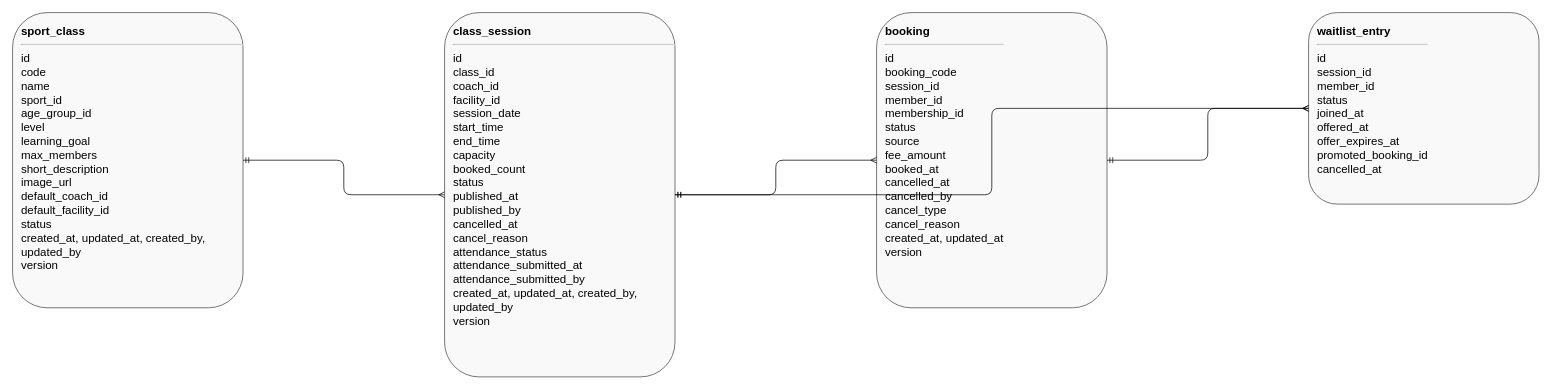
The draw.io diagram page "03 - Classes and Booking" (4 of 9) of docs/database/Sportify_ERD.drawio in senko-do-thingz/G3-SportCentreManagement, before the edit. Source tidied: cells renumbered, new cells numbered last; positions are measured from the earlier drawing's top-left corner, leaving out a move shared by most shapes. Both pictures are drawn from the tidied source at 72%, with x=0, y=0 at pixel (12, 12).
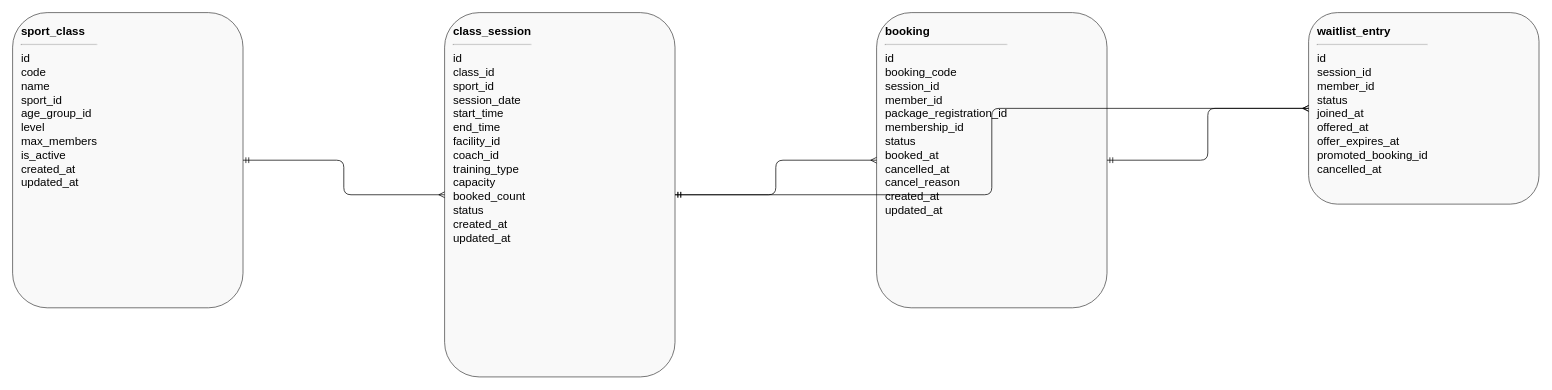
The same page after the edit.

Commit message (it also covers changes not shown here):
docs(database): add the sport package and membership card tables to the ERD

Change to the diagram source:
```diff
@@
 <mxGraphModel>
   <root>
     <mxCell id="0" />
     <mxCell id="1" parent="0" />
-    <mxCell id="2" value="&lt;b&gt;sport_class&lt;/b&gt;&lt;hr&gt;id&lt;br&gt;code&lt;br&gt;name&lt;br&gt;sport_id&lt;br&gt;age_group_id&lt;br&gt;level&lt;br&gt;learning_goal&lt;br&gt;max_members&lt;br&gt;short_description&lt;br&gt;image_url&lt;br&gt;default_coach_id&lt;br&gt;default_facility_id&lt;br&gt;status&lt;br&gt;created_at, updated_at, created_by, updated_by&lt;br&gt;version&lt;br&gt;" style="rounded=1;whiteSpace=wrap;html=1;verticalAlign=top;align=left;spacingLeft=10;spacingTop=10;fillColor=#f9f9f9;strokeColor=#444444;fontSize=16;" parent="1" vertex="1">
+    <mxCell id="2" value="&lt;b&gt;sport_class&lt;/b&gt;&lt;hr&gt;id&lt;br&gt;code&lt;br&gt;name&lt;br&gt;sport_id&lt;br&gt;age_group_id&lt;br&gt;level&lt;br&gt;max_members&lt;br&gt;is_active&lt;br&gt;created_at&lt;br&gt;updated_at&lt;br&gt;" style="rounded=1;whiteSpace=wrap;html=1;verticalAlign=top;align=left;spacingLeft=10;spacingTop=10;fillColor=#f9f9f9;strokeColor=#444444;fontSize=16;" parent="1" vertex="1">
       <mxGeometry width="320" height="410" as="geometry" />
     </mxCell>
-    <mxCell id="3" value="&lt;b&gt;class_session&lt;/b&gt;&lt;hr&gt;id&lt;br&gt;class_id&lt;br&gt;coach_id&lt;br&gt;facility_id&lt;br&gt;session_date&lt;br&gt;start_time&lt;br&gt;end_time&lt;br&gt;capacity&lt;br&gt;booked_count&lt;br&gt;status&lt;br&gt;published_at&lt;br&gt;published_by&lt;br&gt;cancelled_at&lt;br&gt;cancel_reason&lt;br&gt;attendance_status&lt;br&gt;attendance_submitted_at&lt;br&gt;attendance_submitted_by&lt;br&gt;created_at, updated_at, created_by, updated_by&lt;br&gt;version&lt;br&gt;" style="rounded=1;whiteSpace=wrap;html=1;verticalAlign=top;align=left;spacingLeft=10;spacingTop=10;fillColor=#f9f9f9;strokeColor=#444444;fontSize=16;" parent="1" vertex="1">
+    <mxCell id="3" value="&lt;b&gt;class_session&lt;/b&gt;&lt;hr&gt;id&lt;br&gt;class_id&lt;br&gt;sport_id&lt;br&gt;session_date&lt;br&gt;start_time&lt;br&gt;end_time&lt;br&gt;facility_id&lt;br&gt;coach_id&lt;br&gt;training_type&lt;br&gt;capacity&lt;br&gt;booked_count&lt;br&gt;status&lt;br&gt;created_at&lt;br&gt;updated_at&lt;br&gt;" style="rounded=1;whiteSpace=wrap;html=1;verticalAlign=top;align=left;spacingLeft=10;spacingTop=10;fillColor=#f9f9f9;strokeColor=#444444;fontSize=16;" parent="1" vertex="1">
       <mxGeometry x="600" width="320" height="506" as="geometry" />
     </mxCell>
-    <mxCell id="4" value="&lt;b&gt;booking&lt;/b&gt;&lt;hr&gt;id&lt;br&gt;booking_code&lt;br&gt;session_id&lt;br&gt;member_id&lt;br&gt;membership_id&lt;br&gt;status&lt;br&gt;source&lt;br&gt;fee_amount&lt;br&gt;booked_at&lt;br&gt;cancelled_at&lt;br&gt;cancelled_by&lt;br&gt;cancel_type&lt;br&gt;cancel_reason&lt;br&gt;created_at, updated_at&lt;br&gt;version&lt;br&gt;" style="rounded=1;whiteSpace=wrap;html=1;verticalAlign=top;align=left;spacingLeft=10;spacingTop=10;fillColor=#f9f9f9;strokeColor=#444444;fontSize=16;" parent="1" vertex="1">
+    <mxCell id="4" value="&lt;b&gt;booking&lt;/b&gt;&lt;hr&gt;id&lt;br&gt;booking_code&lt;br&gt;session_id&lt;br&gt;member_id&lt;br&gt;package_registration_id&lt;br&gt;membership_id&lt;br&gt;status&lt;br&gt;booked_at&lt;br&gt;cancelled_at&lt;br&gt;cancel_reason&lt;br&gt;created_at&lt;br&gt;updated_at&lt;br&gt;" style="rounded=1;whiteSpace=wrap;html=1;verticalAlign=top;align=left;spacingLeft=10;spacingTop=10;fillColor=#f9f9f9;strokeColor=#444444;fontSize=16;" parent="1" vertex="1">
       <mxGeometry x="1200" width="320" height="410" as="geometry" />
     </mxCell>
     <mxCell id="5" value="&lt;b&gt;waitlist_entry&lt;/b&gt;&lt;hr&gt;id&lt;br&gt;session_id&lt;br&gt;member_id&lt;br&gt;status&lt;br&gt;joined_at&lt;br&gt;offered_at&lt;br&gt;offer_expires_at&lt;br&gt;promoted_booking_id&lt;br&gt;cancelled_at&lt;br&gt;" style="rounded=1;whiteSpace=wrap;html=1;verticalAlign=top;align=left;spacingLeft=10;spacingTop=10;fillColor=#f9f9f9;strokeColor=#444444;fontSize=16;" parent="1" vertex="1">
       <mxGeometry x="1800" width="320" height="266" as="geometry" />
     </mxCell>
     <mxCell id="6" style="edgeStyle=orthogonalEdgeStyle;rounded=1;jettySize=auto;html=1;endArrow=ERmandOne;endFill=0;startArrow=ERmany;startFill=0;exitX=0;exitY=0.5;exitDx=0;exitDy=0;entryX=1;entryY=0.5;entryDx=0;entryDy=0;" parent="1" edge="1" source="3" target="2">
       <mxGeometry relative="1" as="geometry" />
     </mxCell>
     <mxCell id="7" style="edgeStyle=orthogonalEdgeStyle;rounded=1;jettySize=auto;html=1;endArrow=ERmandOne;endFill=0;startArrow=ERmany;startFill=0;exitX=0;exitY=0.5;exitDx=0;exitDy=0;entryX=1;entryY=0.5;entryDx=0;entryDy=0;" parent="1" edge="1" source="4" target="3">
       <mxGeometry relative="1" as="geometry" />
     </mxCell>
     <mxCell id="8" style="edgeStyle=orthogonalEdgeStyle;rounded=1;jettySize=auto;html=1;endArrow=ERmandOne;endFill=0;startArrow=ERmany;startFill=0;exitX=0;exitY=0.5;exitDx=0;exitDy=0;entryX=1;entryY=0.5;entryDx=0;entryDy=0;" parent="1" edge="1" source="5" target="3">
       <mxGeometry relative="1" as="geometry" />
     </mxCell>
     <mxCell id="9" style="edgeStyle=orthogonalEdgeStyle;rounded=1;jettySize=auto;html=1;endArrow=ERmandOne;endFill=0;startArrow=ERmany;startFill=0;exitX=0;exitY=0.5;exitDx=0;exitDy=0;entryX=1;entryY=0.5;entryDx=0;entryDy=0;" parent="1" edge="1" source="5" target="4">
       <mxGeometry relative="1" as="geometry" />
     </mxCell>
   </root>
 </mxGraphModel>
```
